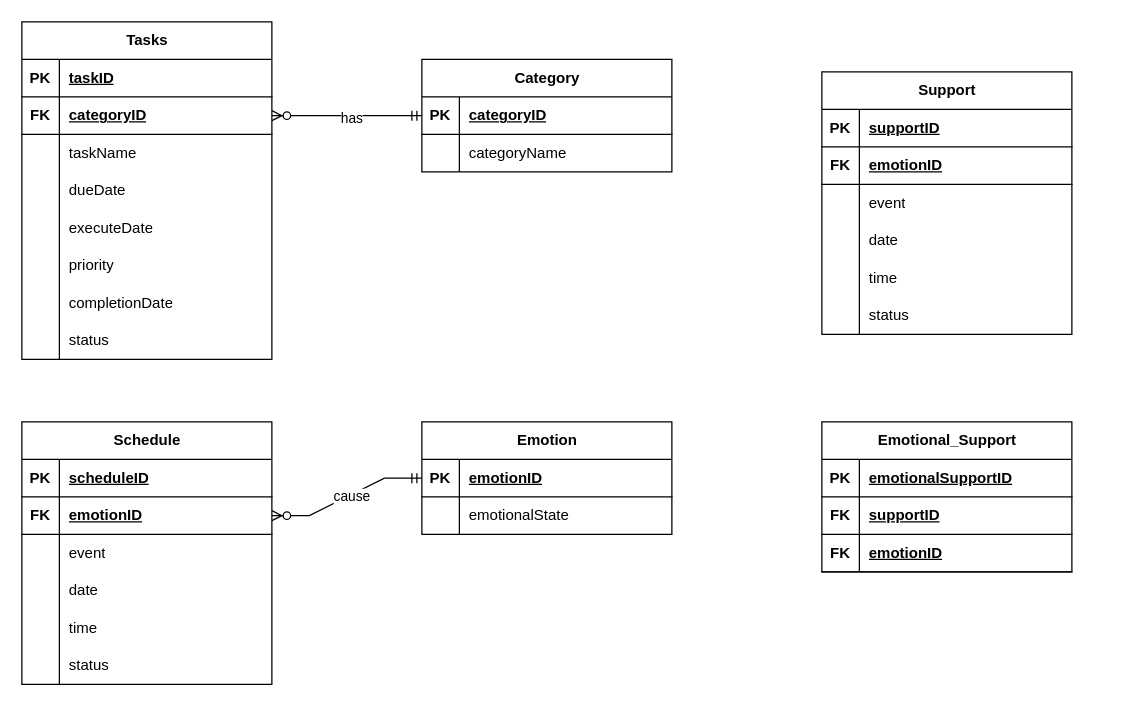
Above: Database Structure.drawio in CheyenneChoong/Daily-Management (draw.io), before the change. Source tidied: cells renumbered, new cells numbered last; positions are measured from the earlier drawing's top-left corner, leaving out a move shared by most shapes. Both pictures are drawn from the tidied source at 125%, with x=0, y=0 at pixel (21, 21).
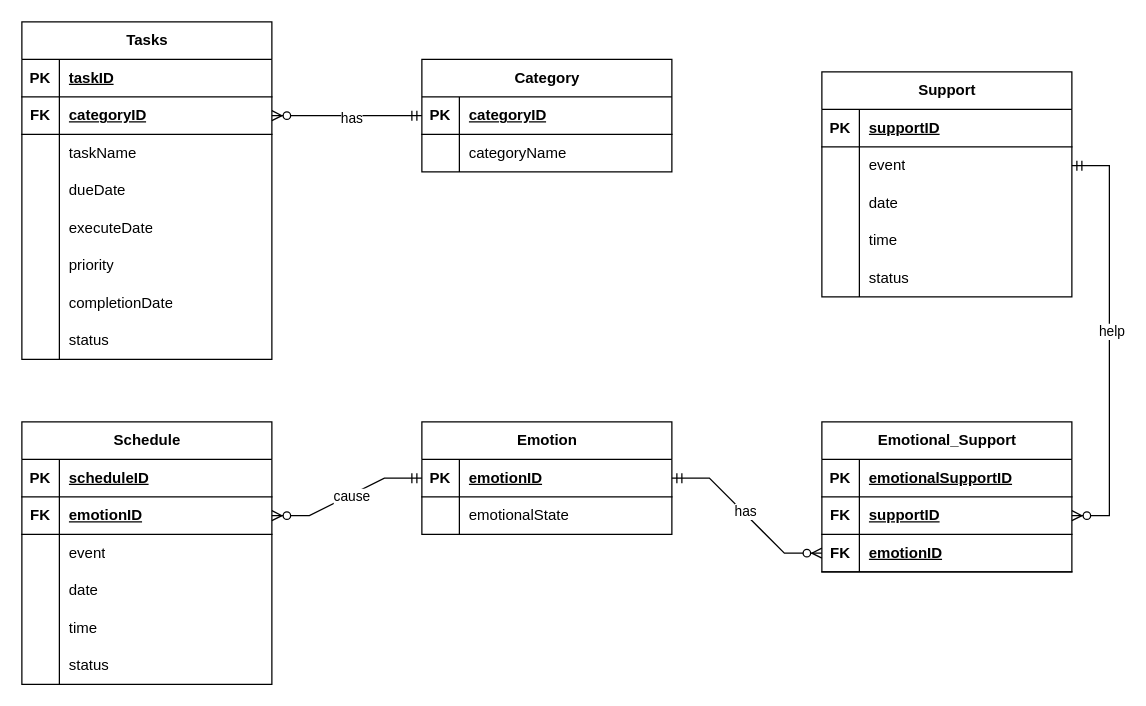
The same page after the edit.

The change refers to these unchanged cells:
```xml
<mxCell id="56" style="shape=tableRow;horizontal=0;startSize=0;swimlaneHead=0;swimlaneBody=0;fillColor=none;points=[[0,0.5],[1,0.5]];portConstraint=eastwest;top=0;left=0;right=0;bottom=1;" parent="55" vertex="1">
  <mxGeometry y="30" width="200" height="30" as="geometry" />
</mxCell>
<mxCell id="68" style="shape=tableRow;horizontal=0;startSize=0;swimlaneHead=0;swimlaneBody=0;fillColor=none;points=[[0,0.5],[1,0.5]];portConstraint=eastwest;top=0;left=0;right=0;bottom=1;" parent="64" vertex="1">
  <mxGeometry y="60" width="200" height="30" as="geometry" />
</mxCell>
<mxCell id="71" style="shape=tableRow;horizontal=0;startSize=0;swimlaneHead=0;swimlaneBody=0;fillColor=none;points=[[0,0.5],[1,0.5]];portConstraint=eastwest;top=0;left=0;right=0;bottom=1;" parent="64" vertex="1">
  <mxGeometry y="90" width="200" height="30" as="geometry" />
</mxCell>
```

What changed in the source:
```diff
@@
     <mxCell id="74" value="Support" style="shape=table;startSize=30;childLayout=tableLayout;rowLines=0;fontStyle=1;align=center;html=1;" parent="1" vertex="1">
-      <mxGeometry x="640" y="40" width="200" height="210" as="geometry" />
+      <mxGeometry x="640" y="40" width="200" height="180" as="geometry" />
     </mxCell>
@@
-    <mxCell id="78" style="shape=tableRow;horizontal=0;startSize=0;swimlaneHead=0;swimlaneBody=0;fillColor=none;top=0;left=0;right=0;bottom=1;" parent="74" vertex="1">
-      <mxGeometry y="60" width="200" height="30" as="geometry" />
-    </mxCell>
-    <mxCell id="79" value="FK" style="shape=partialRectangle;fillColor=none;top=0;left=0;bottom=0;right=0;fontStyle=1;overflow=hidden;whiteSpace=wrap;html=1;" parent="78" vertex="1">
-      <mxGeometry width="30" height="30" as="geometry" />
-    </mxCell>
-    <mxCell id="80" value="emotionID" style="shape=partialRectangle;fillColor=none;top=0;left=0;bottom=0;right=0;align=left;spacingLeft=6;fontStyle=5;overflow=hidden;whiteSpace=wrap;html=1;" parent="78" vertex="1">
-      <mxGeometry x="30" width="170" height="30" as="geometry" />
-    </mxCell>
     <mxCell id="81" style="shape=tableRow;horizontal=0;startSize=0;swimlaneHead=0;swimlaneBody=0;fillColor=none;top=0;left=0;right=0;bottom=0;" parent="74" vertex="1">
-      <mxGeometry y="90" width="200" height="30" as="geometry" />
+      <mxGeometry y="60" width="200" height="30" as="geometry" />
     </mxCell>
@@
     <mxCell id="84" style="shape=tableRow;horizontal=0;startSize=0;swimlaneHead=0;swimlaneBody=0;fillColor=none;top=0;left=0;right=0;bottom=0;" parent="74" vertex="1">
-      <mxGeometry y="120" width="200" height="30" as="geometry" />
+      <mxGeometry y="90" width="200" height="30" as="geometry" />
     </mxCell>
@@
     <mxCell id="87" style="shape=tableRow;horizontal=0;startSize=0;swimlaneHead=0;swimlaneBody=0;fillColor=none;top=0;left=0;right=0;bottom=0;" parent="74" vertex="1">
-      <mxGeometry y="150" width="200" height="30" as="geometry" />
+      <mxGeometry y="120" width="200" height="30" as="geometry" />
     </mxCell>
@@
     <mxCell id="90" style="shape=tableRow;horizontal=0;startSize=0;swimlaneHead=0;swimlaneBody=0;fillColor=none;top=0;left=0;right=0;bottom=0;" parent="74" vertex="1">
-      <mxGeometry y="180" width="200" height="30" as="geometry" />
+      <mxGeometry y="150" width="200" height="30" as="geometry" />
     </mxCell>
@@
+    <mxCell id="93" style="edgeStyle=entityRelationEdgeStyle;fontSize=12;html=1;endArrow=ERzeroToMany;startArrow=ERmandOne;rounded=0;exitX=1;exitY=0.5;exitDx=0;exitDy=0;entryX=0;entryY=0.5;entryDx=0;entryDy=0;" parent="1" edge="1" source="56" target="71">
+      <mxGeometry relative="1" as="geometry" />
+    </mxCell>
+    <mxCell id="94" value="has" style="edgeLabel;html=1;align=center;verticalAlign=middle;" parent="93" vertex="1">
+      <mxGeometry x="-0.05" y="1" relative="1" as="geometry" />
+    </mxCell>
+    <mxCell id="95" style="edgeStyle=entityRelationEdgeStyle;fontSize=12;html=1;endArrow=ERzeroToMany;startArrow=ERmandOne;rounded=0;exitX=1;exitY=0.5;exitDx=0;exitDy=0;entryX=1;entryY=0.5;entryDx=0;entryDy=0;" parent="1" edge="1" target="68">
+      <mxGeometry relative="1" as="geometry">
+        <mxPoint x="840" y="115" as="sourcePoint" />
+      </mxGeometry>
+    </mxCell>
+    <mxCell id="96" value="help" style="edgeLabel;html=1;align=center;verticalAlign=middle;" parent="95" vertex="1">
+      <mxGeometry x="-0.05" y="1" relative="1" as="geometry" />
+    </mxCell>
```
